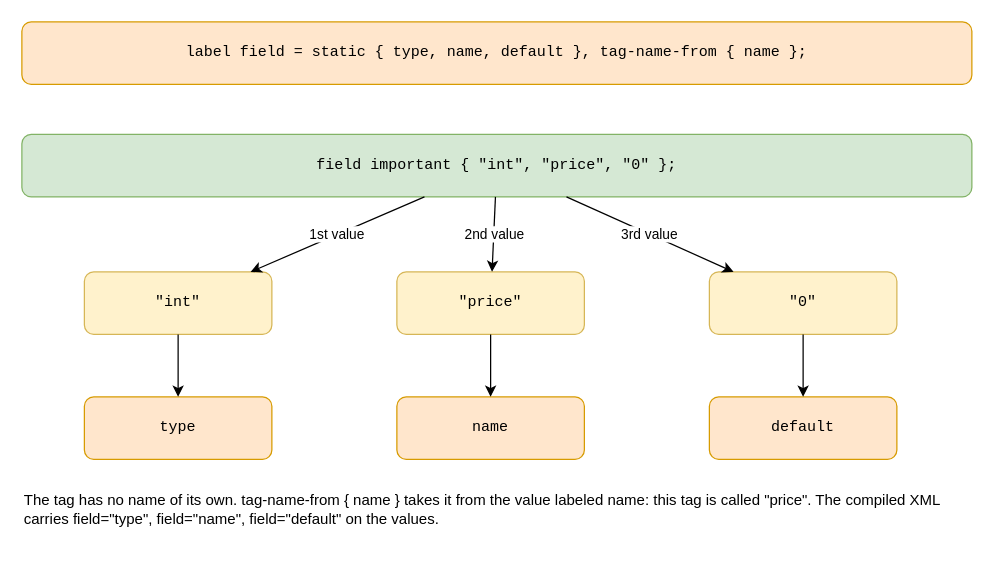
This is drawio/14_static_label.drawio from goloveshin/galimatron_doc, a draw.io file, before an edit. Source tidied: cells renumbered, new cells numbered last; positions are measured from the earlier drawing's top-left corner, leaving out a move shared by most shapes. Both pictures are drawn from the tidied source at 125%, with x=0, y=0 at pixel (21, 21).
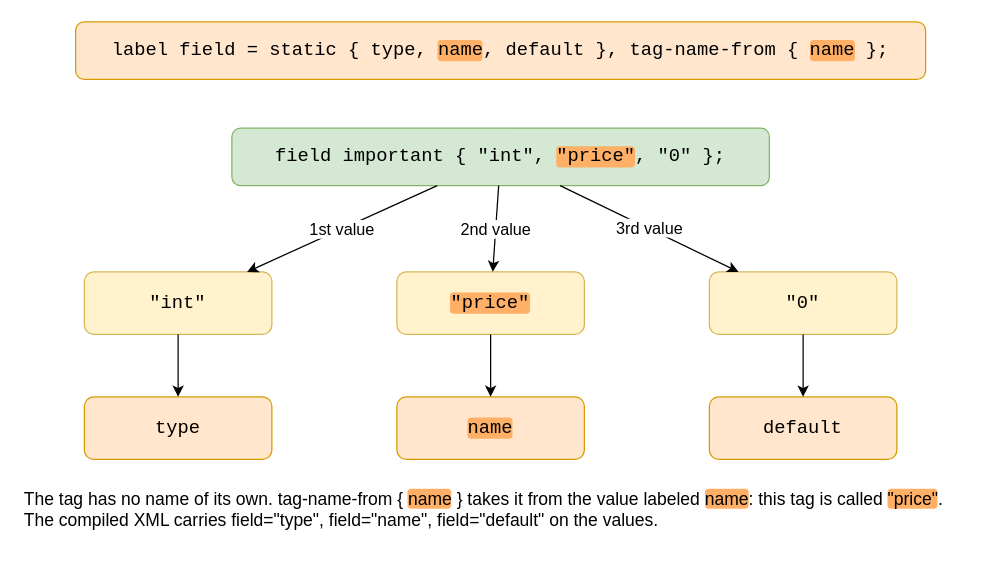
The same diagram, later.

The edit, as a diff of the source:
```diff
@@
 <mxGraphModel>
   <root>
     <mxCell id="0" />
     <mxCell id="1" parent="0" />
-    <mxCell id="2" value="label field = static { type, name, default }, tag-name-from { name };" style="rounded=1;whiteSpace=wrap;html=1;fillColor=#ffe6cc;strokeColor=#d79b00;fontFamily=Courier New;fontSize=12;" parent="1" vertex="1">
-      <mxGeometry width="760" height="50" as="geometry" />
+    <mxCell id="2" value="label field = static { type, &lt;span style=&quot;background-color:#ffb066;border-radius:3px;&quot;&gt;name&lt;/span&gt;, default }, tag-name-from { &lt;span style=&quot;background-color:#ffb066;border-radius:3px;&quot;&gt;name&lt;/span&gt; };" style="rounded=1;whiteSpace=wrap;html=1;fillColor=#ffe6cc;strokeColor=#d79b00;fontFamily=Courier New;fontSize=15;" parent="1" vertex="1">
+      <mxGeometry x="43" width="680" height="46" as="geometry" />
     </mxCell>
-    <mxCell id="3" value="field important { &quot;int&quot;, &quot;price&quot;, &quot;0&quot; };" style="rounded=1;whiteSpace=wrap;html=1;fillColor=#d5e8d4;strokeColor=#82b366;fontFamily=Courier New;fontSize=12;" parent="1" vertex="1">
-      <mxGeometry y="90" width="760" height="50" as="geometry" />
+    <mxCell id="3" value="field important { &quot;int&quot;, &lt;span style=&quot;background-color:#ffb066;border-radius:3px;&quot;&gt;&quot;price&quot;&lt;/span&gt;, &quot;0&quot; };" style="rounded=1;whiteSpace=wrap;html=1;fillColor=#d5e8d4;strokeColor=#82b366;fontFamily=Courier New;fontSize=15;" parent="1" vertex="1">
+      <mxGeometry x="168" y="85" width="430" height="46" as="geometry" />
     </mxCell>
-    <mxCell id="4" value="&quot;int&quot;" style="rounded=1;whiteSpace=wrap;html=1;fillColor=#fff2cc;strokeColor=#d6b656;fontFamily=Courier New;" parent="1" vertex="1">
+    <mxCell id="4" value="&quot;int&quot;" style="rounded=1;whiteSpace=wrap;html=1;fillColor=#fff2cc;strokeColor=#d6b656;fontFamily=Courier New;fontSize=15;" parent="1" vertex="1">
       <mxGeometry x="50" y="200" width="150" height="50" as="geometry" />
     </mxCell>
-    <mxCell id="5" value="&quot;price&quot;" style="rounded=1;whiteSpace=wrap;html=1;fillColor=#fff2cc;strokeColor=#d6b656;fontFamily=Courier New;" parent="1" vertex="1">
+    <mxCell id="5" value="&lt;span style=&quot;background-color:#ffb066;border-radius:3px;&quot;&gt;&quot;price&quot;&lt;/span&gt;" style="rounded=1;whiteSpace=wrap;html=1;fillColor=#fff2cc;strokeColor=#d6b656;fontFamily=Courier New;fontSize=15;" parent="1" vertex="1">
       <mxGeometry x="300" y="200" width="150" height="50" as="geometry" />
     </mxCell>
-    <mxCell id="6" value="&quot;0&quot;" style="rounded=1;whiteSpace=wrap;html=1;fillColor=#fff2cc;strokeColor=#d6b656;fontFamily=Courier New;" parent="1" vertex="1">
+    <mxCell id="6" value="&quot;0&quot;" style="rounded=1;whiteSpace=wrap;html=1;fillColor=#fff2cc;strokeColor=#d6b656;fontFamily=Courier New;fontSize=15;" parent="1" vertex="1">
       <mxGeometry x="550" y="200" width="150" height="50" as="geometry" />
     </mxCell>
-    <mxCell id="7" value="type" style="rounded=1;whiteSpace=wrap;html=1;fillColor=#ffe6cc;strokeColor=#d79b00;fontFamily=Courier New;" parent="1" vertex="1">
+    <mxCell id="7" value="type" style="rounded=1;whiteSpace=wrap;html=1;fillColor=#ffe6cc;strokeColor=#d79b00;fontFamily=Courier New;fontSize=15;" parent="1" vertex="1">
       <mxGeometry x="50" y="300" width="150" height="50" as="geometry" />
     </mxCell>
-    <mxCell id="8" value="name" style="rounded=1;whiteSpace=wrap;html=1;fillColor=#ffe6cc;strokeColor=#d79b00;fontFamily=Courier New;" parent="1" vertex="1">
+    <mxCell id="8" value="&lt;span style=&quot;background-color:#ffb066;border-radius:3px;&quot;&gt;name&lt;/span&gt;" style="rounded=1;whiteSpace=wrap;html=1;fillColor=#ffe6cc;strokeColor=#d79b00;fontFamily=Courier New;fontSize=15;" parent="1" vertex="1">
       <mxGeometry x="300" y="300" width="150" height="50" as="geometry" />
     </mxCell>
-    <mxCell id="9" value="default" style="rounded=1;whiteSpace=wrap;html=1;fillColor=#ffe6cc;strokeColor=#d79b00;fontFamily=Courier New;" parent="1" vertex="1">
+    <mxCell id="9" value="default" style="rounded=1;whiteSpace=wrap;html=1;fillColor=#ffe6cc;strokeColor=#d79b00;fontFamily=Courier New;fontSize=15;" parent="1" vertex="1">
       <mxGeometry x="550" y="300" width="150" height="50" as="geometry" />
     </mxCell>
-    <mxCell id="10" value="1st value" style="endArrow=classic;html=1;labelBackgroundColor=#ffffff;edgeStyle=none;" parent="1" edge="1" source="3" target="4">
+    <mxCell id="10" value="1st value" style="endArrow=classic;html=1;labelBackgroundColor=#ffffff;edgeStyle=none;fontSize=13;" parent="1" edge="1" source="3" target="4">
       <mxGeometry relative="1" as="geometry" />
     </mxCell>
-    <mxCell id="11" value="2nd value" style="endArrow=classic;html=1;labelBackgroundColor=#ffffff;edgeStyle=none;" parent="1" edge="1" source="3" target="5">
+    <mxCell id="11" value="2nd value" style="endArrow=classic;html=1;labelBackgroundColor=#ffffff;edgeStyle=none;fontSize=13;" parent="1" edge="1" source="3" target="5">
       <mxGeometry relative="1" as="geometry" />
     </mxCell>
-    <mxCell id="12" value="3rd value" style="endArrow=classic;html=1;labelBackgroundColor=#ffffff;edgeStyle=none;" parent="1" edge="1" source="3" target="6">
+    <mxCell id="12" value="3rd value" style="endArrow=classic;html=1;labelBackgroundColor=#ffffff;edgeStyle=none;fontSize=13;" parent="1" edge="1" source="3" target="6">
       <mxGeometry relative="1" as="geometry" />
     </mxCell>
     <mxCell id="13" style="endArrow=classic;html=1;labelBackgroundColor=#ffffff;edgeStyle=none;" parent="1" edge="1" source="4" target="7">
       <mxGeometry relative="1" as="geometry" />
     </mxCell>
     <mxCell id="14" style="endArrow=classic;html=1;labelBackgroundColor=#ffffff;edgeStyle=none;" parent="1" edge="1" source="5" target="8">
       <mxGeometry relative="1" as="geometry" />
     </mxCell>
     <mxCell id="15" style="endArrow=classic;html=1;labelBackgroundColor=#ffffff;edgeStyle=none;" parent="1" edge="1" source="6" target="9">
       <mxGeometry relative="1" as="geometry" />
     </mxCell>
-    <mxCell id="16" value="The tag has no name of its own. tag-name-from { name } takes it from the value labeled name: this tag is called &quot;price&quot;. The compiled XML carries field=&quot;type&quot;, field=&quot;name&quot;, field=&quot;default&quot; on the values." style="text;html=1;whiteSpace=wrap;verticalAlign=middle;align=left;" parent="1" vertex="1">
+    <mxCell id="16" value="The tag has no name of its own. tag-name-from { &lt;span style=&quot;background-color:#ffb066;border-radius:3px;&quot;&gt;name&lt;/span&gt; } takes it from the value labeled &lt;span style=&quot;background-color:#ffb066;border-radius:3px;&quot;&gt;name&lt;/span&gt;: this tag is called &lt;span style=&quot;background-color:#ffb066;border-radius:3px;&quot;&gt;&quot;price&quot;&lt;/span&gt;. The compiled XML carries field=&quot;type&quot;, field=&quot;name&quot;, field=&quot;default&quot; on the values." style="text;html=1;whiteSpace=wrap;verticalAlign=middle;align=left;fontSize=14;" parent="1" vertex="1">
       <mxGeometry y="365" width="760" height="50" as="geometry" />
     </mxCell>
   </root>
 </mxGraphModel>
```
